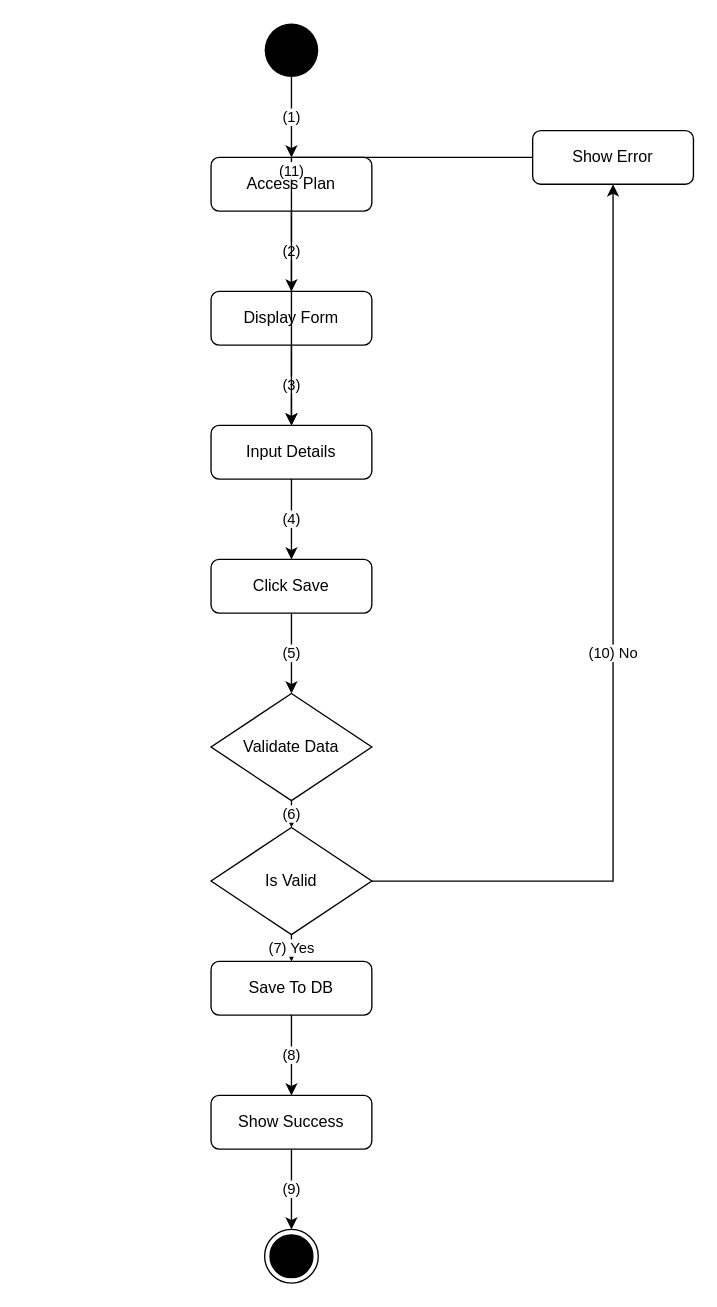
Before: activity_flow/uc46_activity_flow.drawio in kingDlight/UEIMS_Project, a draw.io diagram. Source tidied: cells renumbered, new cells numbered last; positions are measured from the earlier drawing's top-left corner, leaving out a move shared by most shapes. Both pictures are drawn from the tidied source at 134%, with x=0, y=0 at pixel (210, 23).
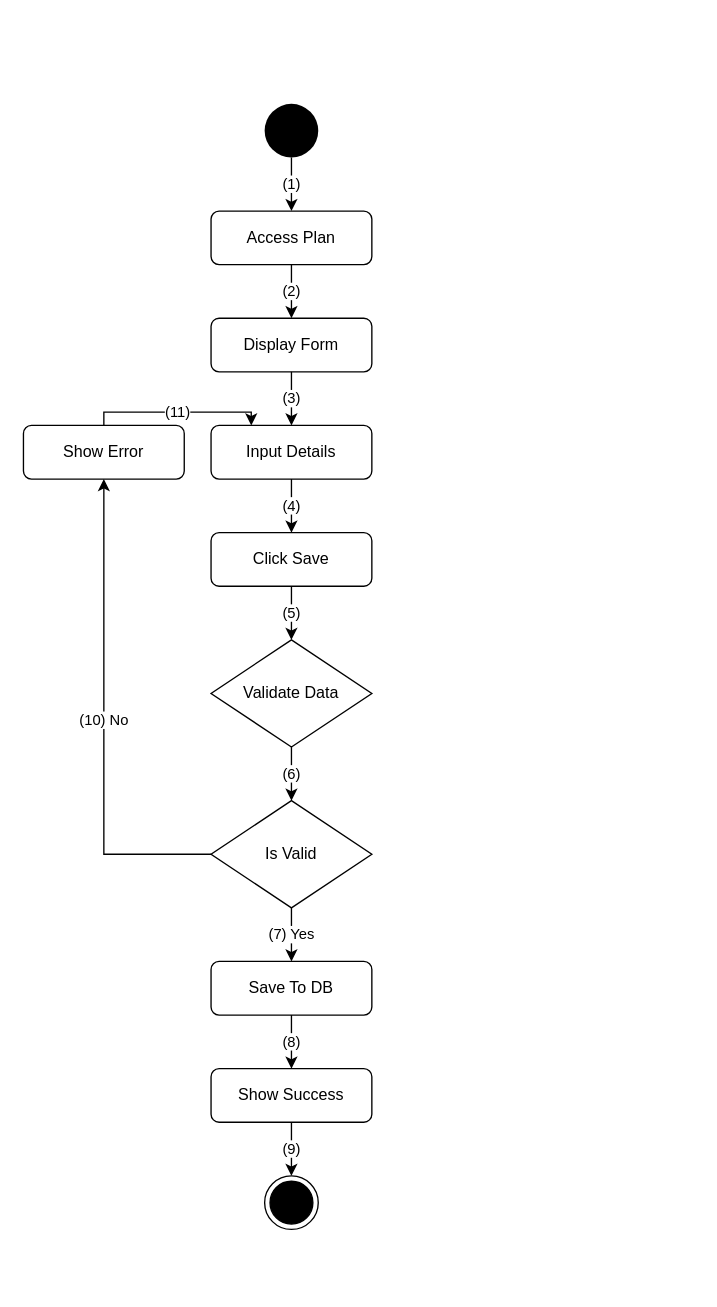
After the change.

The change refers to these unchanged cells:
```xml
<mxCell id="5" value="Input Details" style="rounded=1;whiteSpace=wrap;html=1;" parent="1" vertex="1">
  <mxGeometry y="300" width="120" height="40" as="geometry" />
</mxCell>
```

Change to the diagram source:
```diff
@@
     <mxCell id="2" style="ellipse;whiteSpace=wrap;html=1;fillColor=#000000;strokeColor=none;" parent="1" vertex="1">
-      <mxGeometry x="40" width="40" height="40" as="geometry" />
+      <mxGeometry x="40" y="60" width="40" height="40" as="geometry" />
     </mxCell>
     <mxCell id="3" value="Access Plan" style="rounded=1;whiteSpace=wrap;html=1;" parent="1" vertex="1">
-      <mxGeometry y="100" width="120" height="40" as="geometry" />
+      <mxGeometry y="140" width="120" height="40" as="geometry" />
     </mxCell>
     <mxCell id="4" value="Display Form" style="rounded=1;whiteSpace=wrap;html=1;" parent="1" vertex="1">
-      <mxGeometry y="200" width="120" height="40" as="geometry" />
+      <mxGeometry y="220" width="120" height="40" as="geometry" />
     </mxCell>
@@
     <mxCell id="6" value="Click Save" style="rounded=1;whiteSpace=wrap;html=1;" parent="1" vertex="1">
-      <mxGeometry y="400" width="120" height="40" as="geometry" />
+      <mxGeometry y="380" width="120" height="40" as="geometry" />
     </mxCell>
     <mxCell id="7" value="Validate Data" style="rhombus;whiteSpace=wrap;html=1;" parent="1" vertex="1">
-      <mxGeometry y="500" width="120" height="80" as="geometry" />
+      <mxGeometry y="460" width="120" height="80" as="geometry" />
     </mxCell>
     <mxCell id="8" value="Is Valid" style="rhombus;whiteSpace=wrap;html=1;" parent="1" vertex="1">
-      <mxGeometry y="600" width="120" height="80" as="geometry" />
+      <mxGeometry y="580" width="120" height="80" as="geometry" />
     </mxCell>
@@
     <mxCell id="10" value="Show Success" style="rounded=1;whiteSpace=wrap;html=1;" parent="1" vertex="1">
-      <mxGeometry y="800" width="120" height="40" as="geometry" />
+      <mxGeometry y="780" width="120" height="40" as="geometry" />
     </mxCell>
     <mxCell id="11" style="ellipse;html=1;shape=endState;fillColor=#000000;strokeColor=#000000;" parent="1" vertex="1">
-      <mxGeometry x="40" y="900" width="40" height="40" as="geometry" />
+      <mxGeometry x="40" y="860" width="40" height="40" as="geometry" />
     </mxCell>
     <mxCell id="12" value="Show Error" style="rounded=1;whiteSpace=wrap;html=1;" parent="1" vertex="1">
-      <mxGeometry x="240" y="80" width="120" height="40" as="geometry" />
+      <mxGeometry x="-140" y="300" width="120" height="40" as="geometry" />
     </mxCell>
@@
-    <mxCell id="22" value="(10) No" style="edgeStyle=orthogonalEdgeStyle;rounded=0;html=1;exitX=1;exitY=0.5;entryX=0.5;entryY=1;" parent="1" edge="1" source="8" target="12">
+    <mxCell id="22" value="(10) No" style="edgeStyle=orthogonalEdgeStyle;rounded=0;html=1;exitX=0;exitY=0.5;entryX=0.5;entryY=1;exitDx=0;exitDy=0;" parent="1" edge="1" source="8" target="12">
       <mxGeometry relative="1" as="geometry" />
     </mxCell>
-    <mxCell id="23" value="(11)" style="edgeStyle=orthogonalEdgeStyle;rounded=0;html=1;exitX=0;exitY=0.5;entryX=0.5;entryY=0;" parent="1" edge="1" source="12" target="5">
+    <mxCell id="23" value="(11)" style="edgeStyle=orthogonalEdgeStyle;rounded=0;html=1;exitX=0.5;exitY=0;entryX=0.25;entryY=0;entryDx=0;entryDy=0;exitDx=0;exitDy=0;" parent="1" edge="1" source="12" target="5">
       <mxGeometry relative="1" as="geometry" />
     </mxCell>
```
